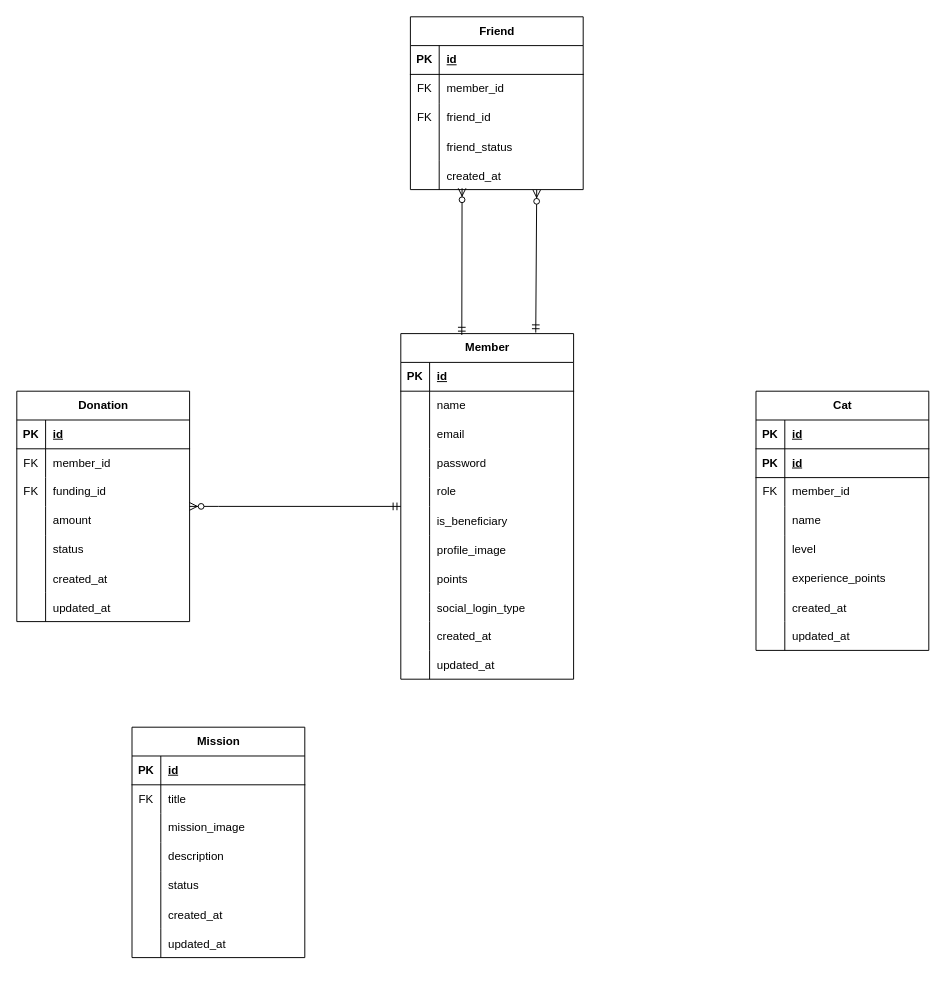
Before: ChaeumERD.drawio in 2025-Advanced-Capstone-Chaeum/ERD, a draw.io diagram. Source tidied: cells renumbered, new cells numbered last; positions are measured from the earlier drawing's top-left corner, leaving out a move shared by most shapes. Both pictures are drawn from the tidied source at 96%, with x=0, y=0 at pixel (16, 16).
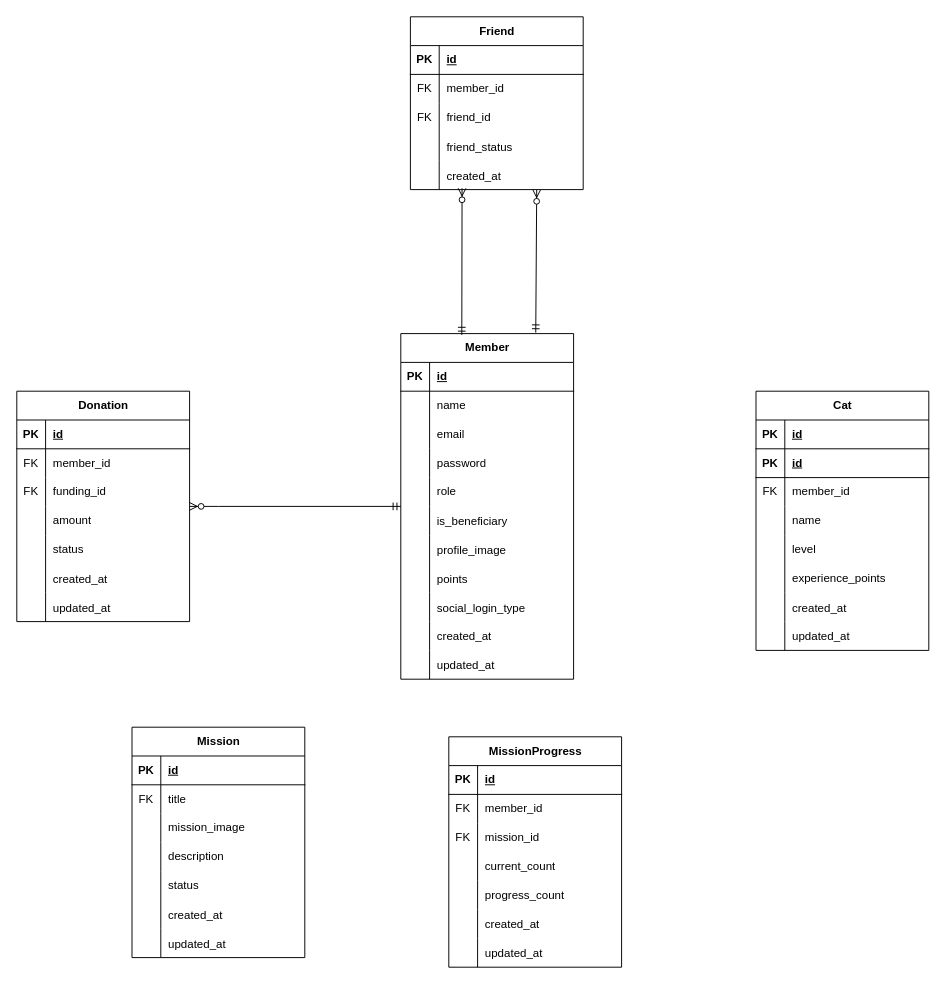
The same page after the edit.

Commit message:
docs(ERD): MissionProgress 테이블 생성

What changed in the source:
```diff
@@
+    <mxCell id="125" value="MissionProgress" style="shape=table;startSize=30;childLayout=tableLayout;rowLines=0;fontStyle=1;align=center;html=1;" parent="1" vertex="1">
+      <mxGeometry x="450" y="750" width="180" height="240" as="geometry" />
+    </mxCell>
+    <mxCell id="126" style="shape=tableRow;horizontal=0;startSize=0;swimlaneHead=0;swimlaneBody=0;fillColor=none;top=0;left=0;right=0;bottom=1;" parent="125" vertex="1">
+      <mxGeometry y="30" width="180" height="30" as="geometry" />
+    </mxCell>
+    <mxCell id="127" value="PK" style="shape=partialRectangle;fillColor=none;top=0;left=0;bottom=0;right=0;fontStyle=1;overflow=hidden;whiteSpace=wrap;html=1;" parent="126" vertex="1">
+      <mxGeometry width="30" height="30" as="geometry" />
+    </mxCell>
+    <mxCell id="128" value="id" style="shape=partialRectangle;fillColor=none;top=0;left=0;bottom=0;right=0;align=left;spacingLeft=6;fontStyle=5;overflow=hidden;whiteSpace=wrap;html=1;" parent="126" vertex="1">
+      <mxGeometry x="30" width="150" height="30" as="geometry" />
+    </mxCell>
+    <mxCell id="129" style="shape=tableRow;horizontal=0;startSize=0;swimlaneHead=0;swimlaneBody=0;fillColor=none;top=0;left=0;right=0;bottom=0;" parent="125" vertex="1">
+      <mxGeometry y="60" width="180" height="30" as="geometry" />
+    </mxCell>
+    <mxCell id="130" value="FK" style="shape=partialRectangle;fillColor=none;top=0;left=0;bottom=0;right=0;overflow=hidden;whiteSpace=wrap;html=1;" parent="129" vertex="1">
+      <mxGeometry width="30" height="30" as="geometry" />
+    </mxCell>
+    <mxCell id="131" value="member_id" style="shape=partialRectangle;fillColor=none;top=0;left=0;bottom=0;right=0;align=left;spacingLeft=6;overflow=hidden;whiteSpace=wrap;html=1;" parent="129" vertex="1">
+      <mxGeometry x="30" width="150" height="30" as="geometry" />
+    </mxCell>
+    <mxCell id="132" style="shape=tableRow;horizontal=0;startSize=0;swimlaneHead=0;swimlaneBody=0;fillColor=none;top=0;left=0;right=0;bottom=0;" parent="125" vertex="1">
+      <mxGeometry y="90" width="180" height="30" as="geometry" />
+    </mxCell>
+    <mxCell id="133" value="FK" style="shape=partialRectangle;fillColor=none;top=0;left=0;bottom=0;right=0;overflow=hidden;whiteSpace=wrap;html=1;" parent="132" vertex="1">
+      <mxGeometry width="30" height="30" as="geometry" />
+    </mxCell>
+    <mxCell id="134" value="mission_id" style="shape=partialRectangle;fillColor=none;top=0;left=0;bottom=0;right=0;align=left;spacingLeft=6;overflow=hidden;whiteSpace=wrap;html=1;" parent="132" vertex="1">
+      <mxGeometry x="30" width="150" height="30" as="geometry" />
+    </mxCell>
+    <mxCell id="135" style="shape=tableRow;horizontal=0;startSize=0;swimlaneHead=0;swimlaneBody=0;fillColor=none;top=0;left=0;right=0;bottom=0;" parent="125" vertex="1">
+      <mxGeometry y="120" width="180" height="30" as="geometry" />
+    </mxCell>
+    <mxCell id="136" style="shape=partialRectangle;fillColor=none;top=0;left=0;bottom=0;right=0;overflow=hidden;whiteSpace=wrap;html=1;" parent="135" vertex="1">
+      <mxGeometry width="30" height="30" as="geometry" />
+    </mxCell>
+    <mxCell id="137" value="current_count" style="shape=partialRectangle;fillColor=none;top=0;left=0;bottom=0;right=0;align=left;spacingLeft=6;overflow=hidden;whiteSpace=wrap;html=1;" parent="135" vertex="1">
+      <mxGeometry x="30" width="150" height="30" as="geometry" />
+    </mxCell>
+    <mxCell id="138" style="shape=tableRow;horizontal=0;startSize=0;swimlaneHead=0;swimlaneBody=0;fillColor=none;top=0;left=0;right=0;bottom=0;" parent="125" vertex="1">
+      <mxGeometry y="150" width="180" height="30" as="geometry" />
+    </mxCell>
+    <mxCell id="139" style="shape=partialRectangle;fillColor=none;top=0;left=0;bottom=0;right=0;overflow=hidden;whiteSpace=wrap;html=1;" parent="138" vertex="1">
+      <mxGeometry width="30" height="30" as="geometry" />
+    </mxCell>
+    <mxCell id="140" value="progress_count" style="shape=partialRectangle;fillColor=none;top=0;left=0;bottom=0;right=0;align=left;spacingLeft=6;overflow=hidden;whiteSpace=wrap;html=1;" parent="138" vertex="1">
+      <mxGeometry x="30" width="150" height="30" as="geometry" />
+    </mxCell>
+    <mxCell id="141" style="shape=tableRow;horizontal=0;startSize=0;swimlaneHead=0;swimlaneBody=0;fillColor=none;top=0;left=0;right=0;bottom=0;" parent="125" vertex="1">
+      <mxGeometry y="180" width="180" height="30" as="geometry" />
+    </mxCell>
+    <mxCell id="142" style="shape=partialRectangle;fillColor=none;top=0;left=0;bottom=0;right=0;overflow=hidden;" parent="141" vertex="1">
+      <mxGeometry width="30" height="30" as="geometry" />
+    </mxCell>
+    <mxCell id="143" value="created_at" style="shape=partialRectangle;fillColor=none;top=0;left=0;bottom=0;right=0;align=left;spacingLeft=6;overflow=hidden;" parent="141" vertex="1">
+      <mxGeometry x="30" width="150" height="30" as="geometry" />
+    </mxCell>
+    <mxCell id="144" style="shape=tableRow;horizontal=0;startSize=0;swimlaneHead=0;swimlaneBody=0;fillColor=none;top=0;left=0;right=0;bottom=0;" parent="125" vertex="1">
+      <mxGeometry y="210" width="180" height="30" as="geometry" />
+    </mxCell>
+    <mxCell id="145" style="shape=partialRectangle;fillColor=none;top=0;left=0;bottom=0;right=0;overflow=hidden;" parent="144" vertex="1">
+      <mxGeometry width="30" height="30" as="geometry" />
+    </mxCell>
+    <mxCell id="146" value="updated_at" style="shape=partialRectangle;fillColor=none;top=0;left=0;bottom=0;right=0;align=left;spacingLeft=6;overflow=hidden;" parent="144" vertex="1">
+      <mxGeometry x="30" width="150" height="30" as="geometry" />
+    </mxCell>
```
